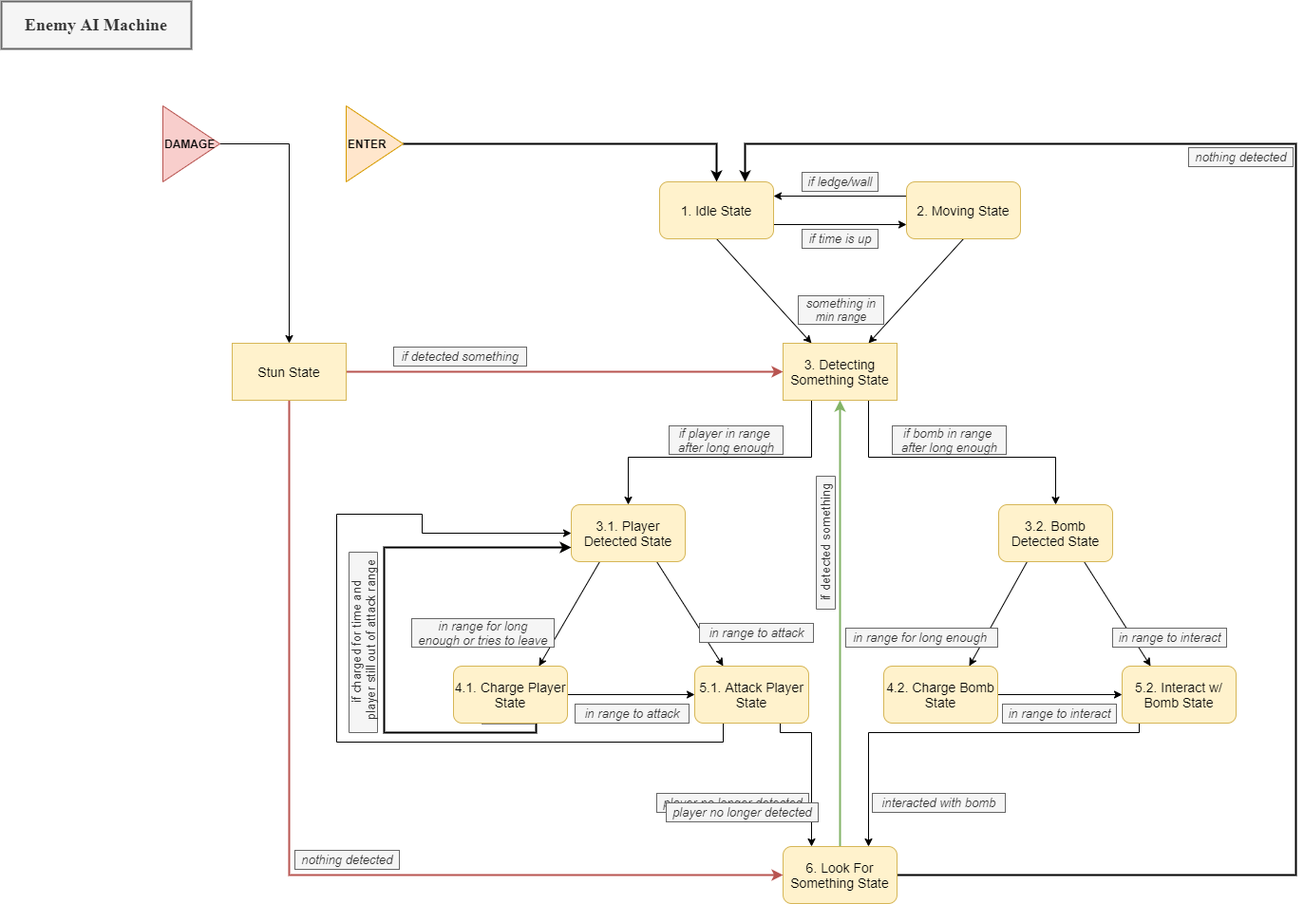
This is Enemy_AI_Machine.png from NinjaTheEngineer/PirateBomb, a draw.io export, as it was before one commit. Source tidied: cells renumbered, new cells last; positions are measured from the earlier drawing's top-left corner, leaving out a move shared by most shapes.
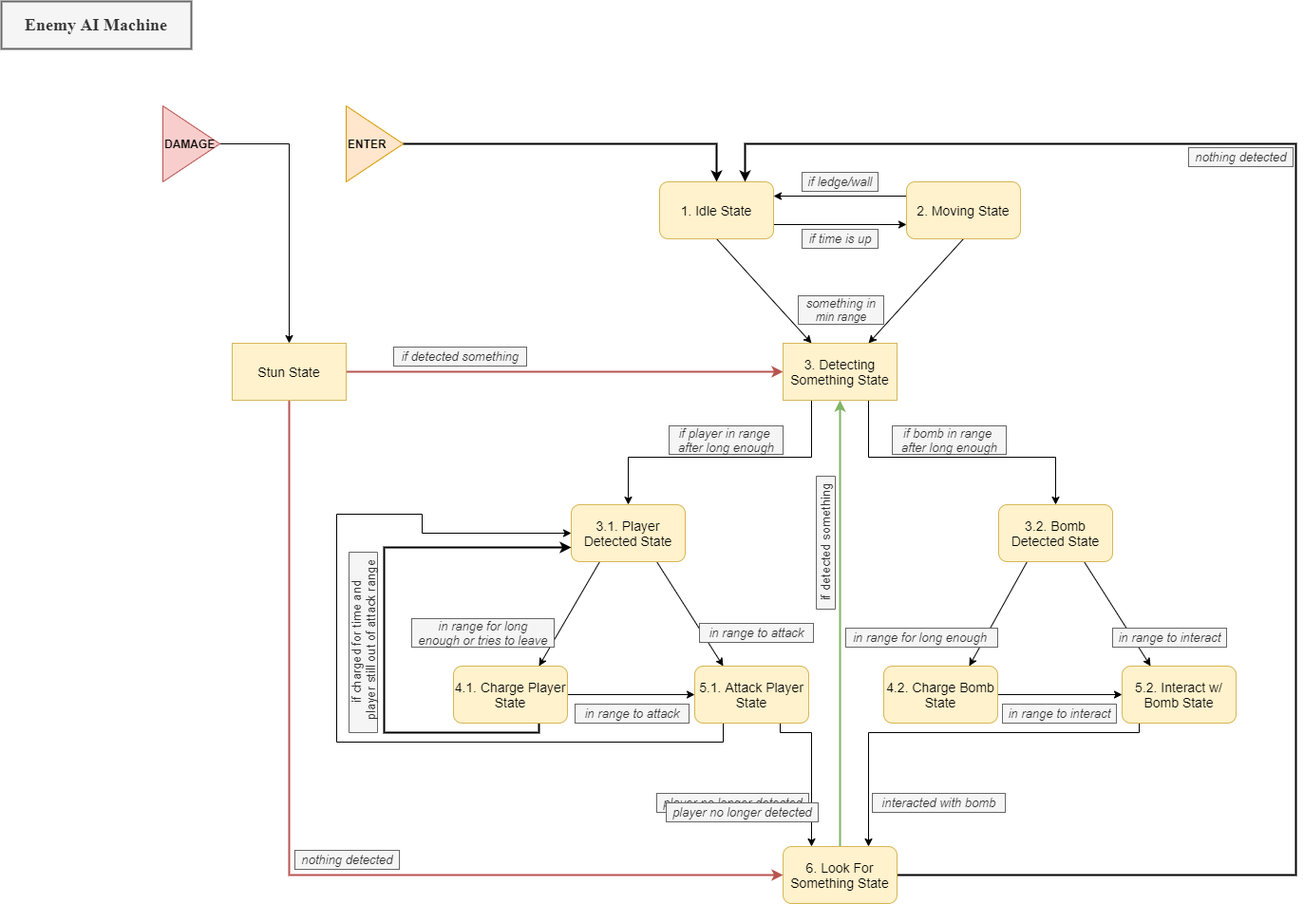
After the change.

Change to the diagram source:
```diff
@@ -67,10 +67,10 @@
     <mxCell id="18" value="&lt;font style=&quot;font-size: 14px&quot;&gt;3.2. Bomb Detected State&lt;/font&gt;" style="rounded=1;whiteSpace=wrap;html=1;fillColor=#fff2cc;strokeColor=#d6b656;" parent="1" vertex="1">
       <mxGeometry x="1050" y="530" width="120" height="60" as="geometry" />
     </mxCell>
-    <mxCell id="19" style="edgeStyle=orthogonalEdgeStyle;rounded=0;jumpStyle=arc;jettySize=auto;html=1;exitX=0.25;exitY=1;exitDx=0;exitDy=0;entryX=0;entryY=0.75;entryDx=0;entryDy=0;fontSize=12;strokeWidth=2;" parent="1" edge="1" source="21" target="15">
+    <mxCell id="19" style="edgeStyle=orthogonalEdgeStyle;rounded=0;jumpStyle=arc;jettySize=auto;html=1;entryX=0;entryY=0.75;entryDx=0;entryDy=0;fontSize=12;strokeWidth=2;exitX=0.75;exitY=1;exitDx=0;exitDy=0;" parent="1" edge="1" source="21" target="15">
       <mxGeometry relative="1" as="geometry">
         <Array as="points">
-          <mxPoint x="563" y="770" />
+          <mxPoint x="566" y="770" />
           <mxPoint x="403" y="770" />
           <mxPoint x="403" y="575" />
         </Array>
```
